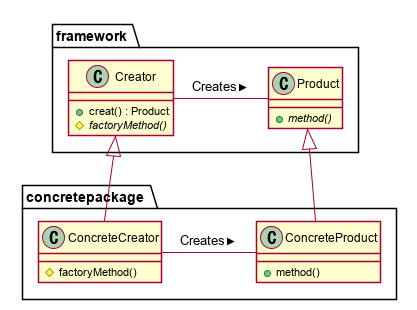
The PlantUML diagram uml/FactoryMethod/FactoryMethodClassDiagram.png in TarosGitHub/DesignPatternLab, before a commit.
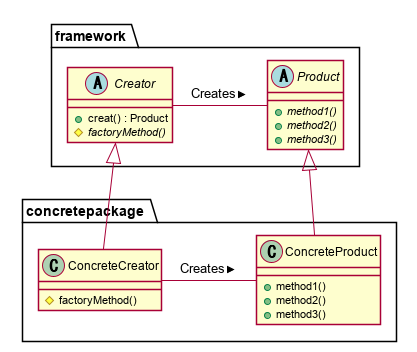
Later version of the same file.

Commit message:
Factory Methodパターンabstract追加

Change to the diagram source:
```diff
@@ -3,11 +3,13 @@
 
 package framework {
 
-	class Product {
-		+ {abstract} method()
+	abstract class Product {
+		+ {abstract} method1()
+		+ {abstract} method2()
+		+ {abstract} method3()
 	}
 
-	class Creator {
+	abstract class Creator {
 		+ creat() : Product
 		# {abstract} factoryMethod()
 	}
@@ -18,7 +20,9 @@
 package concretepackage {
 
 	class ConcreteProduct {
-		+ method()
+		+ method1()
+		+ method2()
+		+ method3()
 	}
 
 	class ConcreteCreator {
```
